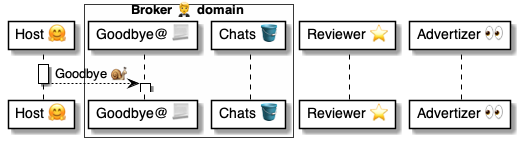
Before: 4 ⚙️ Solution/20 🧑‍🦰 UI/Brokers 🤵/🤵🅰️ Broker methods/Chats 💬 Goodbye 🤗🐌🤵/🤵 Goodbye ⚙️ uml.png, a diagram exported from PlantUML (pollyweb-org/pollyweb-docs). Its source is kept beside it as 4 ⚙️ Solution/20 🧑‍🦰 UI/Brokers 🤵/🤵🅰️ Broker methods/Chats 💬 Goodbye 🤗🐌🤵/🤵 Goodbye ⚙️ uml.puml. Its diagram source:
```plantuml
@startuml Goodbye

participant "Host 🤗" as host

box Broker 🤵 domain #FFFFFA
    participant "Goodbye@ 📃" as broker
    participant "Chats 🪣" as chats
end box

participant "Reviewer ⭐" as reviewer
participant "Advertizer 👀" as ads


activate host
    host --> broker: Goodbye 🐌
deactivate host

activate broker

deactivate broker


@enduml
```
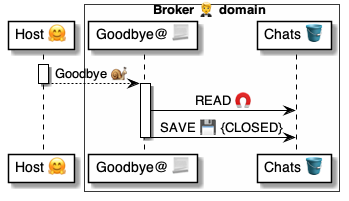
Above is the later version.

Change to the diagram source:
```diff
@@ -7,16 +7,14 @@
     participant "Chats 🪣" as chats
 end box
 
-participant "Reviewer ⭐" as reviewer
-participant "Advertizer 👀" as ads
-
 
 activate host
     host --> broker: Goodbye 🐌
 deactivate host
 
 activate broker
-
+    broker -> chats: READ 🧲
+    broker -> chats: SAVE 💾 {CLOSED}
 deactivate broker
 
 
```
